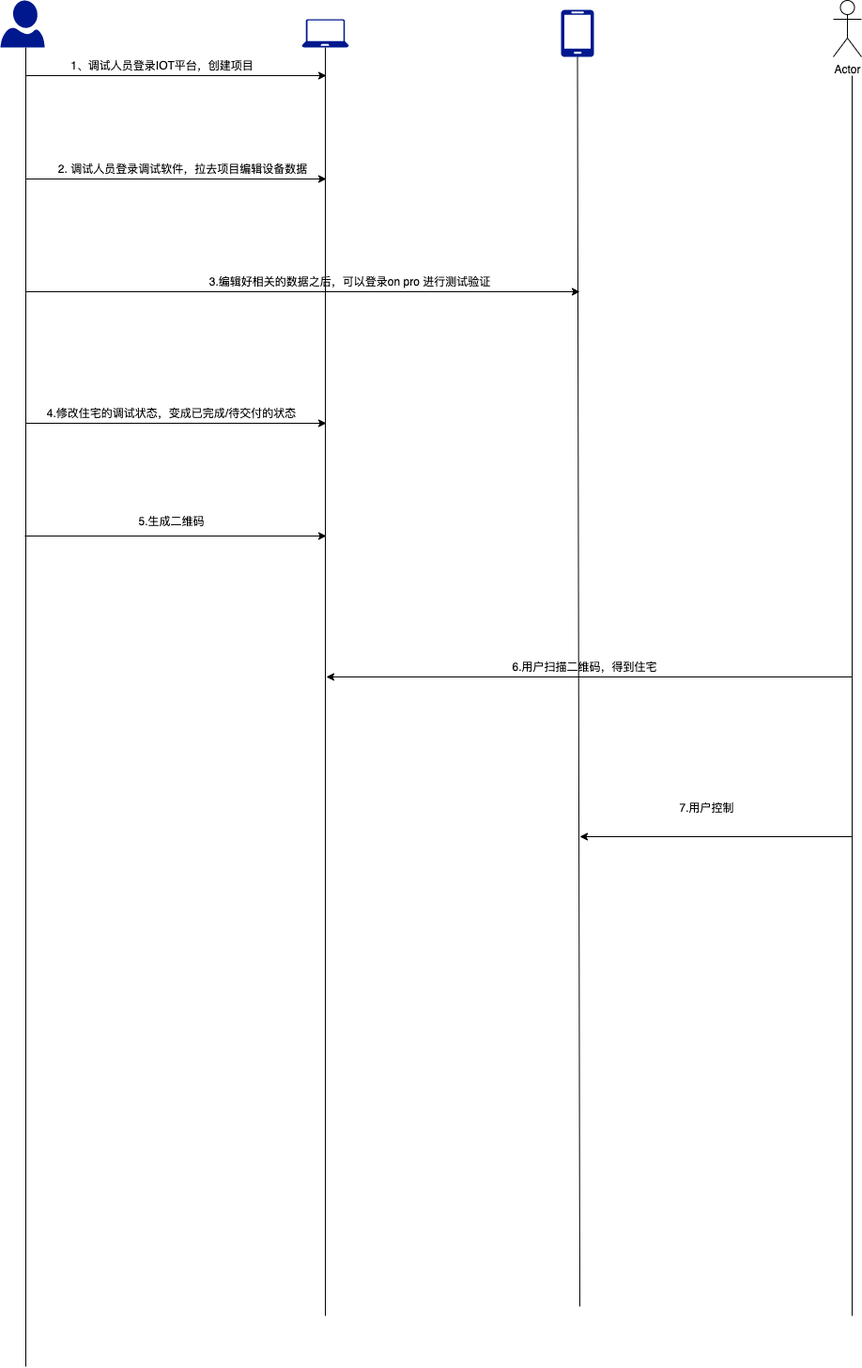
Above: 住宅交付流程图.png in tytler98/tytler (draw.io), before the change. Source tidied: cells renumbered, new cells last; positions are measured from the earlier drawing's top-left corner, leaving out a move shared by most shapes.
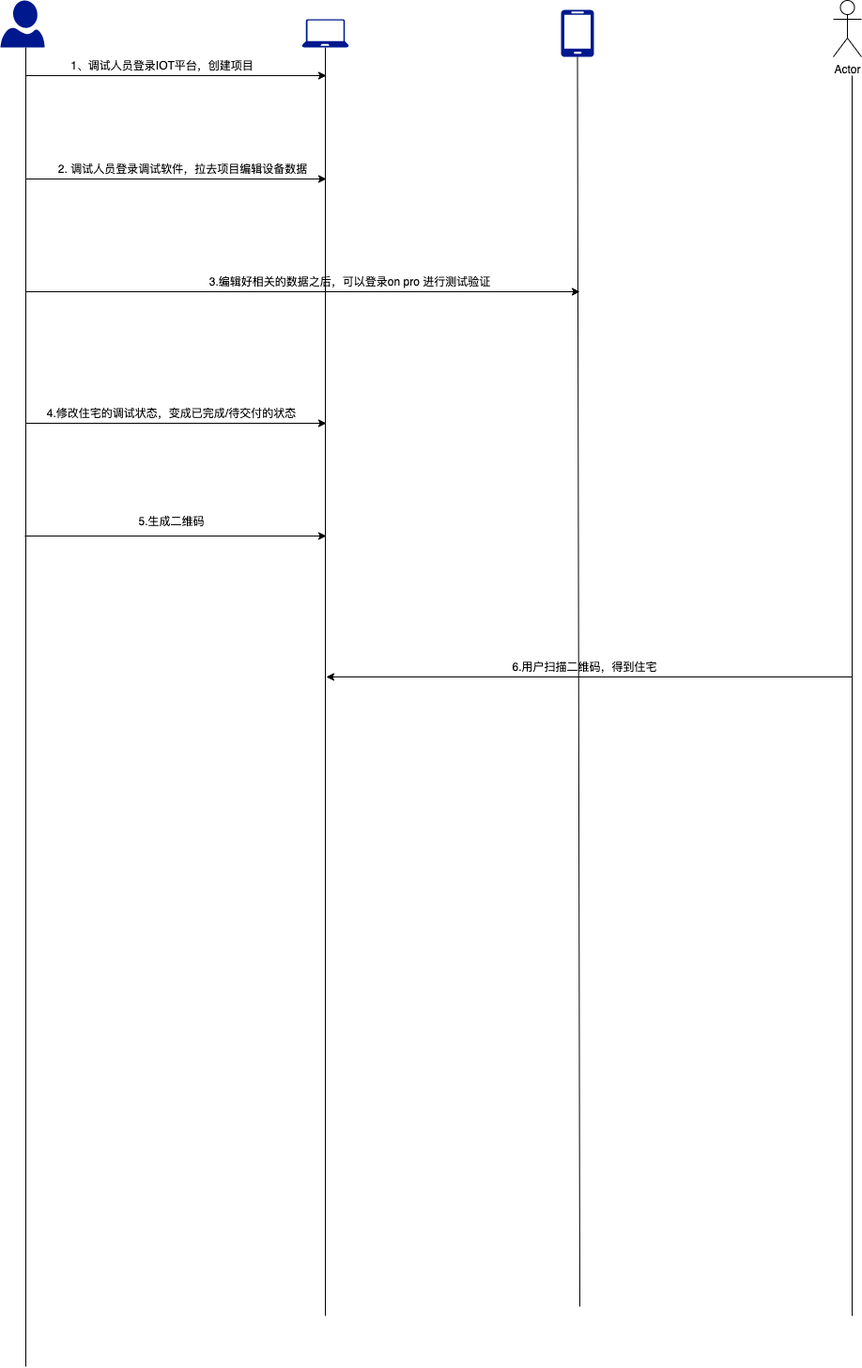
The same diagram one commit later.

Commit message:
Update 住宅交付流程图.png

Diff of the diagram source:
```diff
@@ -81,15 +81,6 @@
     <mxCell id="19" value="6.用户扫描二维码，得到住宅" style="text;html=1;align=center;verticalAlign=middle;strokeColor=none;fillColor=none;" parent="1" vertex="1">
       <mxGeometry x="537" y="700" width="170" height="20" as="geometry" />
     </mxCell>
-    <mxCell id="20" style="endArrow=classic;html=1;rounded=0;" parent="1" edge="1">
-      <mxGeometry relative="1" as="geometry">
-        <mxPoint x="907" y="890" as="sourcePoint" />
-        <mxPoint x="617" y="890" as="targetPoint" />
-      </mxGeometry>
-    </mxCell>
-    <mxCell id="21" value="7.用户控制" style="text;html=1;align=center;verticalAlign=middle;strokeColor=none;fillColor=none;" parent="1" vertex="1">
-      <mxGeometry x="717" y="850" width="70" height="20" as="geometry" />
-    </mxCell>
     <mxCell id="22" value="3.编辑好相关的数据之后，可以登录on pro 进行测试验证" style="text;html=1;align=center;verticalAlign=middle;strokeColor=none;fillColor=none;" parent="1" vertex="1">
       <mxGeometry x="217" y="290" width="310" height="20" as="geometry" />
     </mxCell>
```
